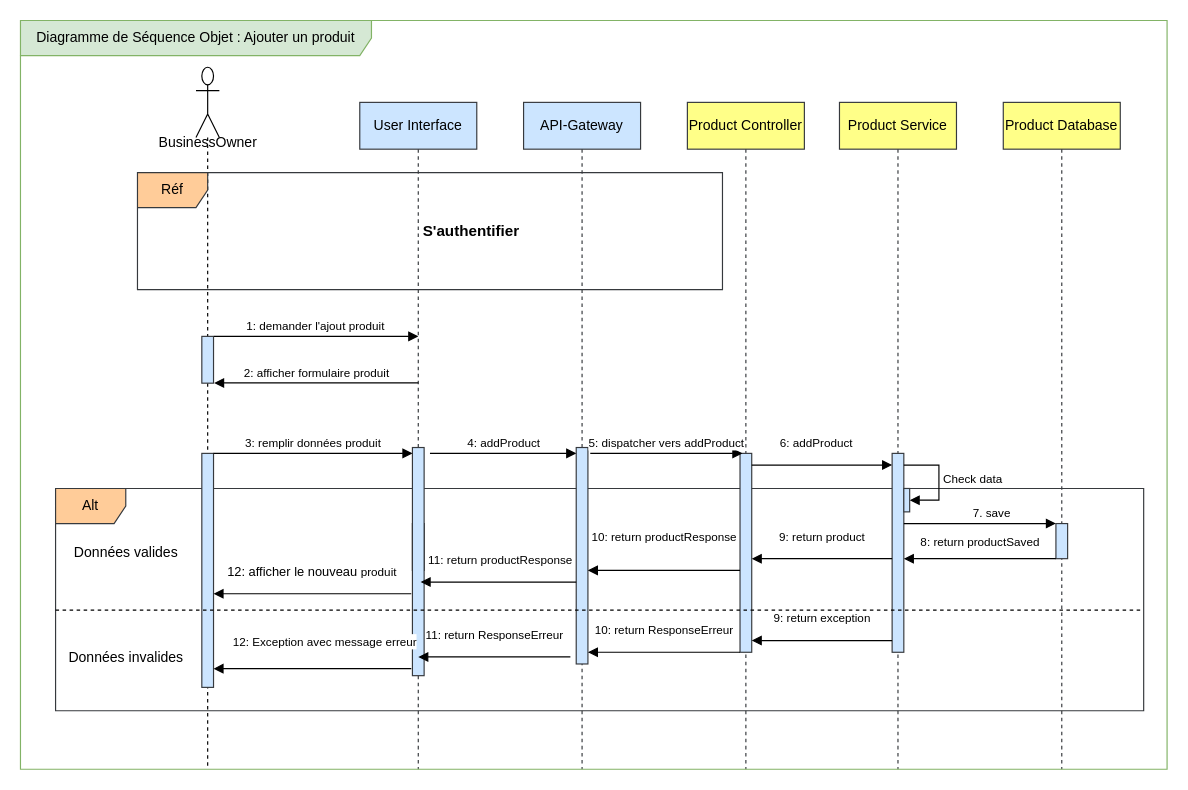
Earlier version of the draw.io diagram ajouter-produit.drawio (amine-elarass49/angular_doc). Source tidied: cells renumbered, new cells numbered last; positions are measured from the earlier drawing's top-left corner, leaving out a move shared by most shapes. Both pictures are drawn from the tidied source at 117%, with x=0, y=0 at pixel (20, 20).
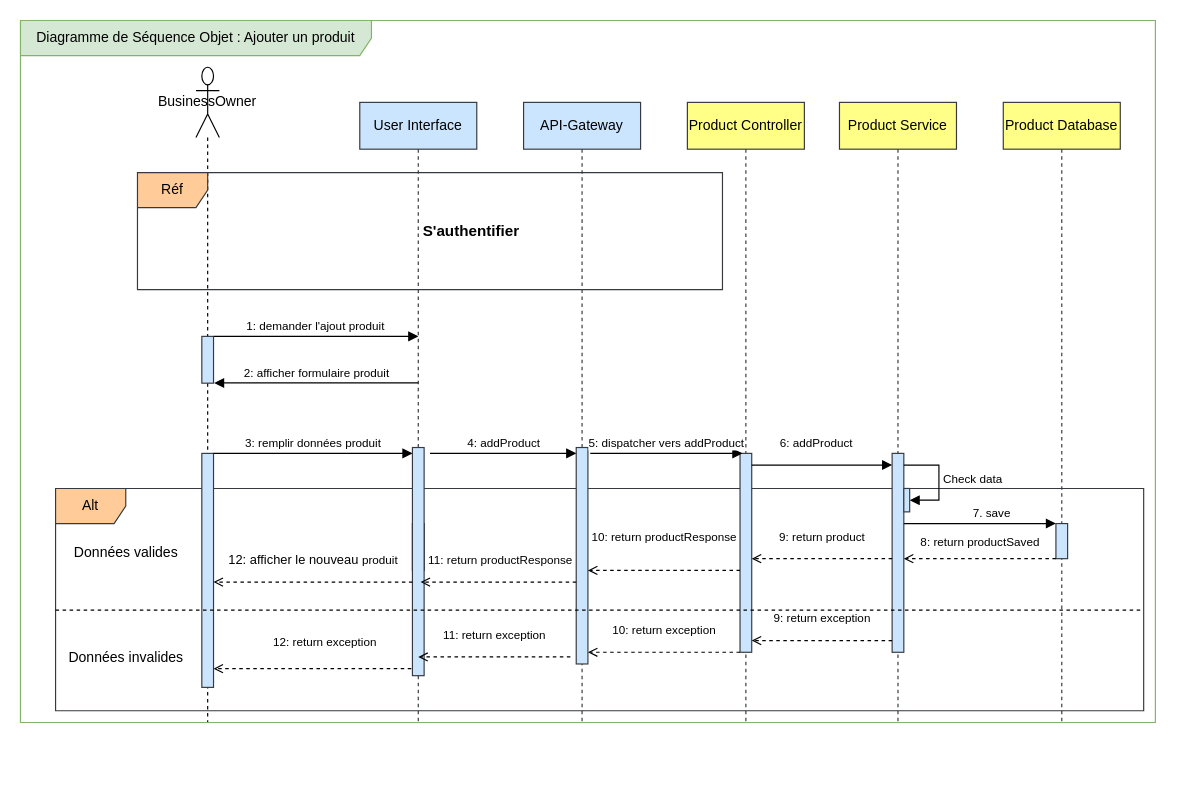
The same diagram, later.

Unchanged cells that the change refers to:
```xml
<mxCell id="5" style="html=1;points=[[0,0,0,0,5],[0,1,0,0,-5],[1,0,0,0,5],[1,1,0,0,-5]];perimeter=orthogonalPerimeter;outlineConnect=0;targetShapes=umlLifeline;portConstraint=eastwest;newEdgeStyle={&quot;curved&quot;:0,&quot;rounded&quot;:0};fillColor=#cce5ff;strokeColor=#36393d;" parent="3" vertex="1">
  <mxGeometry x="5" y="330" width="10" height="200" as="geometry" />
</mxCell>
<mxCell id="8" style="html=1;points=[[0,0,0,0,5],[0,1,0,0,-5],[1,0,0,0,5],[1,1,0,0,-5]];perimeter=orthogonalPerimeter;outlineConnect=0;targetShapes=umlLifeline;portConstraint=eastwest;newEdgeStyle={&quot;curved&quot;:0,&quot;rounded&quot;:0};fillColor=#cce5ff;strokeColor=#36393d;" parent="6" vertex="1">
  <mxGeometry x="45" y="295" width="10" height="195" as="geometry" />
</mxCell>
<mxCell id="20" style="html=1;points=[[0,0,0,0,5],[0,1,0,0,-5],[1,0,0,0,5],[1,1,0,0,-5]];perimeter=orthogonalPerimeter;outlineConnect=0;targetShapes=umlLifeline;portConstraint=eastwest;newEdgeStyle={&quot;curved&quot;:0,&quot;rounded&quot;:0};fillColor=#cce5ff;strokeColor=#36393d;" parent="1" vertex="1">
  <mxGeometry x="615" y="370" width="10" height="170" as="geometry" />
</mxCell>
<mxCell id="21" style="html=1;points=[[0,0,0,0,5],[0,1,0,0,-5],[1,0,0,0,5],[1,1,0,0,-5]];perimeter=orthogonalPerimeter;outlineConnect=0;targetShapes=umlLifeline;portConstraint=eastwest;newEdgeStyle={&quot;curved&quot;:0,&quot;rounded&quot;:0};fillColor=#cce5ff;strokeColor=#36393d;" parent="1" vertex="1">
  <mxGeometry x="745" y="370" width="10" height="170" as="geometry" />
</mxCell>
<mxCell id="24" style="html=1;points=[[0,0,0,0,5],[0,1,0,0,-5],[1,0,0,0,5],[1,1,0,0,-5]];perimeter=orthogonalPerimeter;outlineConnect=0;targetShapes=umlLifeline;portConstraint=eastwest;newEdgeStyle={&quot;curved&quot;:0,&quot;rounded&quot;:0};fillColor=#cce5ff;strokeColor=#36393d;" parent="1" vertex="1">
  <mxGeometry x="885" y="430" width="10" height="30" as="geometry" />
</mxCell>
```

What changed in the source:
```diff
@@
-    <mxCell id="3" style="shape=umlLifeline;perimeter=lifelinePerimeter;whiteSpace=wrap;html=1;newEdgeStyle={&quot;curved&quot;:0,&quot;rounded&quot;:0};participant=umlActor;size=60;" parent="1" vertex="1">
-      <mxGeometry x="150" y="40" width="20" height="600" as="geometry" />
+    <mxCell id="3" value="BusinessOwner" style="shape=umlLifeline;perimeter=lifelinePerimeter;whiteSpace=wrap;html=1;newEdgeStyle={&quot;curved&quot;:0,&quot;rounded&quot;:0};participant=umlActor;size=60;" parent="1" vertex="1">
+      <mxGeometry x="150" y="40" width="20" height="560" as="geometry" />
     </mxCell>
@@
     <mxCell id="6" value="User Interface" style="shape=umlLifeline;perimeter=lifelinePerimeter;whiteSpace=wrap;html=1;newEdgeStyle={&quot;curved&quot;:0,&quot;rounded&quot;:0};fillColor=#cce5ff;strokeColor=#36393d;" parent="1" vertex="1">
-      <mxGeometry x="290" y="70" width="100" height="570" as="geometry" />
+      <mxGeometry x="290" y="70" width="100" height="530" as="geometry" />
     </mxCell>
@@
     <mxCell id="9" value="API-Gateway" style="shape=umlLifeline;perimeter=lifelinePerimeter;whiteSpace=wrap;html=1;newEdgeStyle={&quot;curved&quot;:0,&quot;rounded&quot;:0};fillColor=#cce5ff;strokeColor=#36393d;" parent="1" vertex="1">
-      <mxGeometry x="430" y="70" width="100" height="570" as="geometry" />
+      <mxGeometry x="430" y="70" width="100" height="530" as="geometry" />
     </mxCell>
@@
     <mxCell id="11" value="Product Controller" style="shape=umlLifeline;perimeter=lifelinePerimeter;whiteSpace=wrap;html=1;newEdgeStyle={&quot;curved&quot;:0,&quot;rounded&quot;:0};fillColor=#ffff88;strokeColor=#36393d;" parent="1" vertex="1">
-      <mxGeometry x="570" y="70" width="100" height="570" as="geometry" />
+      <mxGeometry x="570" y="70" width="100" height="530" as="geometry" />
     </mxCell>
     <mxCell id="12" value="Product Service" style="shape=umlLifeline;perimeter=lifelinePerimeter;whiteSpace=wrap;html=1;newEdgeStyle={&quot;curved&quot;:0,&quot;rounded&quot;:0};fillColor=#ffff88;strokeColor=#36393d;" parent="1" vertex="1">
-      <mxGeometry x="700" y="70" width="100" height="570" as="geometry" />
+      <mxGeometry x="700" y="70" width="100" height="530" as="geometry" />
     </mxCell>
     <mxCell id="13" value="Product Database" style="shape=umlLifeline;perimeter=lifelinePerimeter;whiteSpace=wrap;html=1;newEdgeStyle={&quot;curved&quot;:0,&quot;rounded&quot;:0};fillColor=#ffff88;strokeColor=#36393d;" parent="1" vertex="1">
-      <mxGeometry x="840" y="70" width="100" height="570" as="geometry" />
+      <mxGeometry x="840" y="70" width="100" height="530" as="geometry" />
     </mxCell>
@@
-    <mxCell id="28" value="&lt;font style=&quot;font-size: 10px;&quot;&gt;8: return productSaved&lt;/font&gt;" style="html=1;verticalAlign=bottom;endArrow=block;rounded=0;" parent="1" edge="1" source="24" target="21">
+    <mxCell id="28" value="&lt;font style=&quot;font-size: 10px;&quot;&gt;8: return productSaved&lt;/font&gt;" style="html=1;verticalAlign=bottom;endArrow=open;rounded=0;dashed=1;endFill=0;" parent="1" edge="1" source="24" target="21">
       <mxGeometry y="-5" relative="1" as="geometry">
         <Array as="points">
           <mxPoint x="850" y="460" />
         </Array>
       </mxGeometry>
     </mxCell>
-    <mxCell id="29" value="&lt;font style=&quot;font-size: 10px;&quot;&gt;9: return product&lt;/font&gt;" style="html=1;verticalAlign=bottom;endArrow=block;rounded=0;" parent="1" edge="1" target="20">
+    <mxCell id="29" value="&lt;font style=&quot;font-size: 10px;&quot;&gt;9: return product&lt;/font&gt;" style="html=1;verticalAlign=bottom;endArrow=open;rounded=0;dashed=1;endFill=0;" parent="1" edge="1" target="20">
       <mxGeometry y="-10" relative="1" as="geometry">
         <mxPoint x="745" y="460" as="sourcePoint" />
       </mxGeometry>
     </mxCell>
-    <mxCell id="30" value="&lt;font style=&quot;font-size: 10px;&quot;&gt;10: return&amp;nbsp;&lt;/font&gt;&lt;font style=&quot;font-size: 10px;&quot;&gt;product&lt;/font&gt;&lt;font style=&quot;font-size: 10px;&quot;&gt;Response&lt;/font&gt;" style="html=1;verticalAlign=bottom;endArrow=block;rounded=0;" parent="1" edge="1">
+    <mxCell id="30" value="&lt;font style=&quot;font-size: 10px;&quot;&gt;10: return&amp;nbsp;&lt;/font&gt;&lt;font style=&quot;font-size: 10px;&quot;&gt;product&lt;/font&gt;&lt;font style=&quot;font-size: 10px;&quot;&gt;Response&lt;/font&gt;" style="html=1;verticalAlign=bottom;endArrow=open;rounded=0;dashed=1;endFill=0;" parent="1" edge="1">
       <mxGeometry y="-20" relative="1" as="geometry">
         <mxPoint x="615" y="470" as="sourcePoint" />
         <mxPoint x="485" y="470" as="targetPoint" />
       </mxGeometry>
     </mxCell>
-    <mxCell id="31" value="&lt;font style=&quot;font-size: 10px;&quot;&gt;11: return productResponse&lt;/font&gt;" style="html=1;verticalAlign=bottom;endArrow=block;rounded=0;entryX=0.705;entryY=0.667;entryDx=0;entryDy=0;entryPerimeter=0;" parent="1" edge="1">
+    <mxCell id="31" value="&lt;font style=&quot;font-size: 10px;&quot;&gt;11: return productResponse&lt;/font&gt;" style="html=1;verticalAlign=bottom;endArrow=open;rounded=0;entryX=0.705;entryY=0.667;entryDx=0;entryDy=0;entryPerimeter=0;dashed=1;endFill=0;" parent="1" edge="1">
       <mxGeometry x="-0.02" y="-10" relative="1" as="geometry">
         <mxPoint x="475" y="480" as="sourcePoint" />
         <mxPoint x="342" y="480" as="targetPoint" />
       </mxGeometry>
     </mxCell>
-    <mxCell id="32" value="12: afficher le nouveau &lt;font style=&quot;font-size: 10px;&quot;&gt;produit&lt;/font&gt;" style="html=1;verticalAlign=bottom;endArrow=block;rounded=0;jumpSize=3;" parent="1" edge="1" target="5">
+    <mxCell id="32" value="12: afficher le nouveau &lt;font style=&quot;font-size: 10px;&quot;&gt;produit&lt;/font&gt;" style="html=1;verticalAlign=bottom;endArrow=open;rounded=0;jumpSize=3;dashed=1;endFill=0;" parent="1" edge="1" source="8" target="5">
       <mxGeometry y="-10" relative="1" as="geometry">
-        <mxPoint x="334" y="490" as="sourcePoint" />
+        <Array as="points">
+          <mxPoint x="290" y="480" />
+        </Array>
       </mxGeometry>
     </mxCell>
@@
-    <mxCell id="35" value="&lt;font style=&quot;font-size: 10px;&quot;&gt;9: return exception&lt;/font&gt;" style="html=1;verticalAlign=bottom;endArrow=block;rounded=0;" parent="1" edge="1">
+    <mxCell id="35" value="&lt;font style=&quot;font-size: 10px;&quot;&gt;9: return exception&lt;/font&gt;" style="html=1;verticalAlign=bottom;endArrow=open;rounded=0;dashed=1;endFill=0;" parent="1" edge="1">
       <mxGeometry y="-10" relative="1" as="geometry">
         <mxPoint x="745" y="530" as="sourcePoint" />
         <mxPoint x="625" y="530" as="targetPoint" />
       </mxGeometry>
     </mxCell>
-    <mxCell id="36" value="&lt;font style=&quot;font-size: 10px;&quot;&gt;10: return ResponseErreur&lt;/font&gt;" style="html=1;verticalAlign=bottom;endArrow=block;rounded=0;" parent="1" edge="1">
+    <mxCell id="36" value="&lt;font style=&quot;font-size: 10px;&quot;&gt;10: &lt;/font&gt;&lt;font style=&quot;font-size: 10px;&quot;&gt;return exception&lt;/font&gt;" style="html=1;verticalAlign=bottom;endArrow=open;rounded=0;dashed=1;endFill=0;" parent="1" edge="1">
       <mxGeometry y="-10" relative="1" as="geometry">
         <mxPoint x="615" y="540" as="sourcePoint" />
         <mxPoint x="485" y="540" as="targetPoint" />
       </mxGeometry>
     </mxCell>
-    <mxCell id="37" value="&lt;font style=&quot;font-size: 10px;&quot;&gt;11: return ResponseErreur&lt;/font&gt;" style="html=1;verticalAlign=bottom;endArrow=block;rounded=0;" parent="1" edge="1">
+    <mxCell id="37" value="&lt;font style=&quot;font-size: 10px;&quot;&gt;11: &lt;/font&gt;&lt;font style=&quot;font-size: 10px;&quot;&gt;return exception&lt;/font&gt;" style="html=1;verticalAlign=bottom;endArrow=open;rounded=0;dashed=1;endFill=0;" parent="1" edge="1">
       <mxGeometry y="-10" relative="1" as="geometry">
         <mxPoint x="470" y="544" as="sourcePoint" />
         <mxPoint x="340" y="544" as="targetPoint" />
       </mxGeometry>
     </mxCell>
-    <mxCell id="38" value="&lt;font style=&quot;font-size: 10px;&quot;&gt;12: Exception avec message erreur&lt;/font&gt;" style="html=1;verticalAlign=bottom;endArrow=block;rounded=0;" parent="1" edge="1" target="5">
+    <mxCell id="38" value="&lt;font style=&quot;font-size: 10px;&quot;&gt;12: return exception&lt;/font&gt;" style="html=1;verticalAlign=bottom;endArrow=open;rounded=0;dashed=1;endFill=0;" parent="1" edge="1" target="5">
       <mxGeometry x="-0.12" y="-14" relative="1" as="geometry">
         <mxPoint x="334" y="554" as="sourcePoint" />
       </mxGeometry>
     </mxCell>
@@
     <mxCell id="40" value="Diagramme de Séquence Objet : Ajouter un produit" style="shape=umlFrame;whiteSpace=wrap;html=1;width=300;height=30;fillColor=#d5e8d4;strokeColor=#82b366;" parent="1" vertex="1">
-      <mxGeometry width="980" height="640" as="geometry" />
+      <mxGeometry width="970" height="600" as="geometry" />
     </mxCell>
-    <mxCell id="41" value="BusinessOwner" style="text;html=1;align=center;verticalAlign=middle;strokeColor=none;fillColor=none;" parent="1" vertex="1">
-      <mxGeometry x="105" y="90" width="110" height="30" as="geometry" />
-    </mxCell>
```
